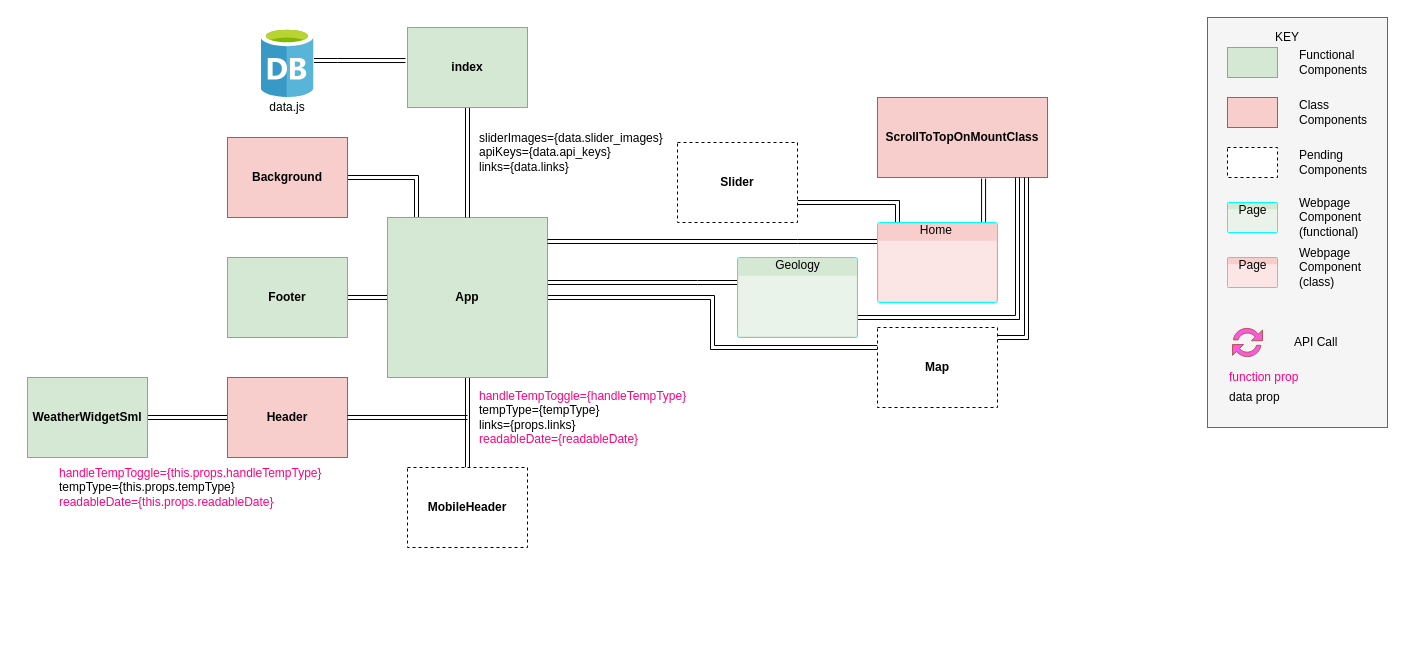
Above: project-planning/Untitled Diagram.drawio in joeyhutchinson/react-project-v2 (draw.io), before the change. Source tidied: cells renumbered, new cells numbered last; positions are measured from the earlier drawing's top-left corner, leaving out a move shared by most shapes. Both pictures are drawn from the tidied source at 100%, with x=0, y=0 at pixel (27, 17).
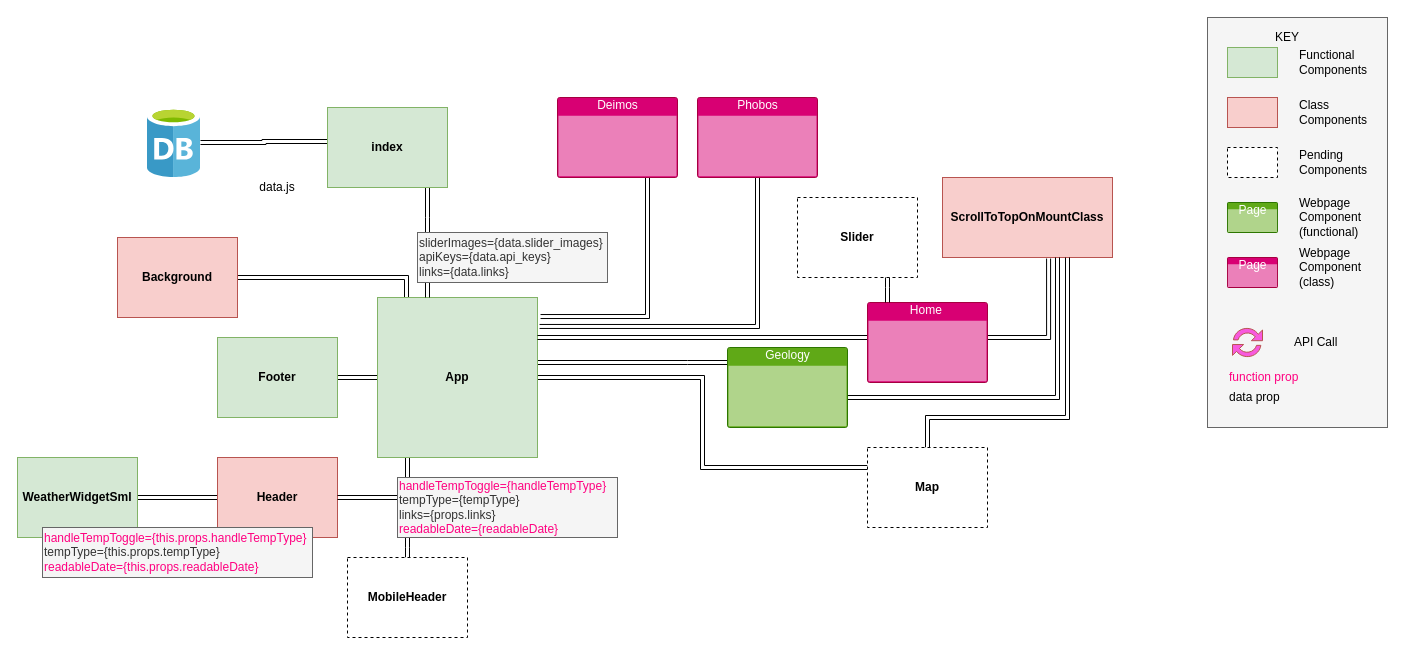
After the change.

What changed in the source:
```diff
@@
     <mxCell id="2" style="edgeStyle=orthogonalEdgeStyle;rounded=0;jettySize=auto;html=1;entryX=0.5;entryY=0;entryDx=0;entryDy=0;shape=link;" parent="1" edge="1" source="7" target="21">
-      <mxGeometry relative="1" as="geometry" />
+      <mxGeometry relative="1" as="geometry">
+        <Array as="points">
+          <mxPoint x="380" y="530" />
+        </Array>
+      </mxGeometry>
     </mxCell>
-    <mxCell id="3" style="edgeStyle=orthogonalEdgeStyle;rounded=0;jettySize=auto;html=1;entryX=1;entryY=0.5;entryDx=0;entryDy=0;shape=link;" parent="1" edge="1" source="7" target="8">
+    <mxCell id="3" style="edgeStyle=orthogonalEdgeStyle;rounded=0;jettySize=auto;html=1;entryX=1;entryY=0.5;entryDx=0;entryDy=0;shape=link;width=4;" parent="1" edge="1" source="7" target="8">
       <mxGeometry relative="1" as="geometry">
         <Array as="points">
-          <mxPoint x="389" y="160" />
+          <mxPoint x="379" y="260" />
         </Array>
       </mxGeometry>
     </mxCell>
@@
     <mxCell id="5" style="edgeStyle=orthogonalEdgeStyle;rounded=0;jettySize=auto;html=1;strokeColor=#000000;fontColor=#3333FF;shape=link;" parent="1" edge="1" target="30">
       <mxGeometry relative="1" as="geometry">
-        <mxPoint x="520" y="265" as="sourcePoint" />
+        <mxPoint x="510" y="345" as="sourcePoint" />
         <Array as="points">
-          <mxPoint x="670" y="265" />
-          <mxPoint x="670" y="265" />
+          <mxPoint x="660" y="345" />
+          <mxPoint x="660" y="345" />
         </Array>
       </mxGeometry>
     </mxCell>
@@
     <mxCell id="7" value="&lt;span&gt;App&lt;/span&gt;" style="whiteSpace=wrap;html=1;strokeColor=#82b366;fillColor=#d5e8d4;align=center;fontStyle=1;" parent="1" vertex="1">
-      <mxGeometry x="360" y="200" width="160" height="160" as="geometry" />
+      <mxGeometry x="350" y="280" width="160" height="160" as="geometry" />
     </mxCell>
     <mxCell id="8" value="Background" style="rounded=0;whiteSpace=wrap;html=1;strokeColor=#b85450;fillColor=#f8cecc;align=center;fontStyle=1;" parent="1" vertex="1">
-      <mxGeometry x="200" y="120" width="120" height="80" as="geometry" />
+      <mxGeometry x="90" y="220" width="120" height="80" as="geometry" />
     </mxCell>
     <mxCell id="9" value="Footer" style="rounded=0;whiteSpace=wrap;html=1;strokeColor=#82b366;fillColor=#d5e8d4;align=center;fontStyle=1;" parent="1" vertex="1">
-      <mxGeometry x="200" y="240" width="120" height="80" as="geometry" />
+      <mxGeometry x="190" y="320" width="120" height="80" as="geometry" />
     </mxCell>
@@
     <mxCell id="11" value="Header" style="rounded=0;whiteSpace=wrap;html=1;strokeColor=#b85450;fillColor=#f8cecc;align=center;fontStyle=1;" parent="1" vertex="1">
-      <mxGeometry x="200" y="360" width="120" height="80" as="geometry" />
+      <mxGeometry x="190" y="440" width="120" height="80" as="geometry" />
     </mxCell>
     <mxCell id="12" value="WeatherWidgetSml" style="rounded=0;whiteSpace=wrap;html=1;strokeColor=#82b366;fillColor=#d5e8d4;align=center;fontStyle=1;" parent="1" vertex="1">
-      <mxGeometry y="360" width="120" height="80" as="geometry" />
+      <mxGeometry x="-10" y="440" width="120" height="80" as="geometry" />
     </mxCell>
-    <mxCell id="13" style="edgeStyle=orthogonalEdgeStyle;rounded=0;jettySize=auto;html=1;entryX=-0.017;entryY=0.413;entryDx=0;entryDy=0;entryPerimeter=0;shape=link;" parent="1" edge="1" source="14" target="16">
-      <mxGeometry relative="1" as="geometry">
-        <Array as="points">
-          <mxPoint x="310" y="43" />
-          <mxPoint x="310" y="43" />
-        </Array>
-      </mxGeometry>
+    <mxCell id="13" style="edgeStyle=orthogonalEdgeStyle;shape=link;rounded=0;jettySize=auto;html=1;strokeColor=#000000;fontColor=#3333FF;entryX=0.083;entryY=0.425;entryDx=0;entryDy=0;entryPerimeter=0;" parent="1" edge="1" source="14" target="16">
+      <mxGeometry relative="1" as="geometry" />
     </mxCell>
     <mxCell id="14" style="html=1;points=[];align=center;image;fontSize=12;image=img/lib/mscae/Database_General.svg;strokeColor=#D642B8;fillColor=#F859DE;" parent="1" vertex="1">
-      <mxGeometry x="233.5" y="10" width="53" height="70" as="geometry" />
+      <mxGeometry x="120" y="90" width="53" height="70" as="geometry" />
     </mxCell>
-    <mxCell id="15" style="edgeStyle=orthogonalEdgeStyle;rounded=0;jettySize=auto;html=1;entryX=0.5;entryY=0;entryDx=0;entryDy=0;shape=link;" parent="1" edge="1" source="16" target="7">
-      <mxGeometry relative="1" as="geometry" />
+    <mxCell id="15" style="edgeStyle=orthogonalEdgeStyle;rounded=0;orthogonalLoop=1;jettySize=auto;html=1;shape=link;entryX=0.25;entryY=0;entryDx=0;entryDy=0;" parent="1" edge="1">
+      <mxGeometry relative="1" as="geometry">
+        <mxPoint x="400" y="170" as="sourcePoint" />
+        <mxPoint x="400" y="280" as="targetPoint" />
+        <Array as="points">
+          <mxPoint x="400" y="200" />
+          <mxPoint x="400" y="200" />
+        </Array>
+      </mxGeometry>
     </mxCell>
     <mxCell id="16" value="index" style="rounded=0;whiteSpace=wrap;html=1;strokeColor=#82b366;fillColor=#d5e8d4;align=center;fontStyle=1;" parent="1" vertex="1">
-      <mxGeometry x="380" y="10" width="120" height="80" as="geometry" />
+      <mxGeometry x="300" y="90" width="120" height="80" as="geometry" />
     </mxCell>
     <mxCell id="17" value="data.js" style="text;html=1;strokeColor=none;fillColor=none;align=center;verticalAlign=middle;whiteSpace=wrap;rounded=0;" parent="1" vertex="1">
-      <mxGeometry x="230" y="80" width="60" height="20" as="geometry" />
+      <mxGeometry x="220" y="160" width="60" height="20" as="geometry" />
     </mxCell>
-    <mxCell id="18" value="sliderImages={data.slider_images}&lt;br&gt;apiKeys={data.api_keys}&lt;br&gt;links={data.links}" style="text;html=1;strokeColor=none;fillColor=none;align=left;verticalAlign=middle;whiteSpace=wrap;rounded=0;" parent="1" vertex="1">
-      <mxGeometry x="450" y="95" width="190" height="80" as="geometry" />
+    <mxCell id="18" value="sliderImages={data.slider_images}&lt;br&gt;apiKeys={data.api_keys}&lt;br&gt;links={data.links}" style="text;html=1;strokeColor=#666666;fillColor=#f5f5f5;align=left;verticalAlign=middle;whiteSpace=wrap;rounded=0;fontColor=#333333;" parent="1" vertex="1">
+      <mxGeometry x="390" y="215" width="190" height="50" as="geometry" />
     </mxCell>
-    <mxCell id="19" value="&lt;font color=&quot;#ff0080&quot;&gt;handleTempToggle={handleTempType}&lt;/font&gt;&lt;br&gt;tempType={tempType}&lt;br&gt;links={props.links}&lt;br&gt;&lt;font color=&quot;#ff0080&quot;&gt;readableDate={readableDate}&lt;/font&gt;" style="text;html=1;strokeColor=none;fillColor=none;align=left;verticalAlign=middle;whiteSpace=wrap;rounded=0;" parent="1" vertex="1">
-      <mxGeometry x="450" y="360" width="250" height="80" as="geometry" />
-    </mxCell>
-    <mxCell id="20" value="&lt;font color=&quot;#ff0080&quot;&gt;handleTempToggle={this.props.handleTempType}&lt;/font&gt;&lt;br&gt;tempType={this.props.tempType}&lt;br&gt;&lt;font color=&quot;#ff0080&quot;&gt;readableDate={this.props.readableDate}&lt;/font&gt;" style="text;html=1;strokeColor=none;fillColor=none;align=left;verticalAlign=middle;whiteSpace=wrap;rounded=0;" parent="1" vertex="1">
-      <mxGeometry x="30" y="430" width="270" height="80" as="geometry" />
+    <mxCell id="20" value="&lt;font color=&quot;#ff0080&quot;&gt;handleTempToggle={this.props.handleTempType}&lt;/font&gt;&lt;br&gt;tempType={this.props.tempType}&lt;br&gt;&lt;font color=&quot;#ff0080&quot;&gt;readableDate={this.props.readableDate}&lt;/font&gt;" style="text;html=1;strokeColor=#666666;fillColor=#f5f5f5;align=left;verticalAlign=middle;whiteSpace=wrap;rounded=0;fontColor=#333333;" parent="1" vertex="1">
+      <mxGeometry x="15" y="510" width="270" height="50" as="geometry" />
     </mxCell>
     <mxCell id="21" value="&lt;b&gt;MobileHeader&lt;/b&gt;" style="rounded=0;whiteSpace=wrap;html=1;dashed=1;" parent="1" vertex="1">
-      <mxGeometry x="380" y="450" width="120" height="80" as="geometry" />
+      <mxGeometry x="320" y="540" width="120" height="80" as="geometry" />
     </mxCell>
     <mxCell id="22" style="endArrow=classic;html=1;strokeColor=#000000;fontColor=#3333FF;entryX=1;entryY=0.5;entryDx=0;entryDy=0;shape=link;" parent="1" edge="1" target="11">
       <mxGeometry relative="1" as="geometry">
-        <mxPoint x="440" y="400" as="sourcePoint" />
+        <mxPoint x="380" y="480" as="sourcePoint" />
       </mxGeometry>
     </mxCell>
     <mxCell id="23" value="ScrollToTopOnMountClass" style="rounded=0;whiteSpace=wrap;html=1;strokeColor=#b85450;fillColor=#f8cecc;align=center;fontStyle=1;" parent="1" vertex="1">
-      <mxGeometry x="850" y="80" width="170" height="80" as="geometry" />
+      <mxGeometry x="915" y="160" width="170" height="80" as="geometry" />
     </mxCell>
     <mxCell id="24" style="edgeStyle=orthogonalEdgeStyle;rounded=0;jettySize=auto;html=1;strokeColor=#000000;fontColor=#3333FF;entryX=0.624;entryY=1.013;entryDx=0;entryDy=0;entryPerimeter=0;shape=link;" parent="1" edge="1" source="27" target="23">
       <mxGeometry relative="1" as="geometry">
         <Array as="points">
-          <mxPoint x="906" y="220" />
-          <mxPoint x="906" y="220" />
+          <mxPoint x="1021" y="320" />
         </Array>
       </mxGeometry>
     </mxCell>
-    <mxCell id="25" style="edgeStyle=orthogonalEdgeStyle;rounded=0;jettySize=auto;html=1;strokeColor=#000000;fontColor=#3333FF;entryX=1;entryY=0.75;entryDx=0;entryDy=0;shape=link;" parent="1" edge="1" source="27" target="28">
-      <mxGeometry relative="1" as="geometry">
-        <Array as="points">
-          <mxPoint x="870" y="185" />
-        </Array>
-      </mxGeometry>
-    </mxCell>
-    <mxCell id="26" style="edgeStyle=orthogonalEdgeStyle;shape=link;rounded=0;jettySize=auto;html=1;strokeColor=#000000;fontColor=#3333FF;entryX=1;entryY=0.15;entryDx=0;entryDy=0;entryPerimeter=0;" parent="1" edge="1" source="27" target="7">
+    <mxCell id="26" style="edgeStyle=orthogonalEdgeStyle;shape=link;rounded=0;jettySize=auto;html=1;strokeColor=#000000;fontColor=#3333FF;" parent="1" edge="1" source="27">
       <mxGeometry relative="1" as="geometry">
+        <mxPoint x="510" y="320" as="targetPoint" />
         <Array as="points">
-          <mxPoint x="770" y="224" />
-          <mxPoint x="770" y="224" />
+          <mxPoint x="510" y="320" />
         </Array>
       </mxGeometry>
     </mxCell>
-    <mxCell id="27" value="Home&amp;nbsp;" style="html=1;strokeColor=#00FFFF;fillColor=#f8cecc;labelPosition=center;verticalLabelPosition=middle;verticalAlign=top;align=center;fontSize=12;outlineConnect=0;spacingTop=-6;shape=mxgraph.sitemap.page;" parent="1" vertex="1">
-      <mxGeometry x="850" y="205" width="120" height="80" as="geometry" />
+    <mxCell id="27" value="Home&amp;nbsp;" style="html=1;strokeColor=#A50040;fillColor=#d80073;labelPosition=center;verticalLabelPosition=middle;verticalAlign=top;align=center;fontSize=12;outlineConnect=0;spacingTop=-6;shape=mxgraph.sitemap.page;fontColor=#ffffff;" parent="1" vertex="1">
+      <mxGeometry x="840" y="285" width="120" height="80" as="geometry" />
     </mxCell>
-    <mxCell id="28" value="&lt;b&gt;Slider&lt;/b&gt;" style="rounded=0;whiteSpace=wrap;html=1;dashed=1;" parent="1" vertex="1">
-      <mxGeometry x="650" y="125" width="120" height="80" as="geometry" />
-    </mxCell>
     <mxCell id="29" style="edgeStyle=orthogonalEdgeStyle;rounded=0;jettySize=auto;html=1;strokeColor=#000000;fontColor=#3333FF;shape=link;" parent="1" edge="1" source="30" target="23">
       <mxGeometry relative="1" as="geometry">
         <Array as="points">
-          <mxPoint x="990" y="300" />
-          <mxPoint x="990" y="150" />
+          <mxPoint x="1030" y="380" />
         </Array>
       </mxGeometry>
     </mxCell>
-    <mxCell id="30" value="Geology" style="html=1;strokeColor=#00FFFF;fillColor=#d5e8d4;labelPosition=center;verticalLabelPosition=middle;verticalAlign=top;align=center;fontSize=12;outlineConnect=0;spacingTop=-6;shape=mxgraph.sitemap.page;" parent="1" vertex="1">
-      <mxGeometry x="710" y="240" width="120" height="80" as="geometry" />
+    <mxCell id="30" value="Geology" style="html=1;strokeColor=#2D7600;fillColor=#60a917;labelPosition=center;verticalLabelPosition=middle;verticalAlign=top;align=center;fontSize=12;outlineConnect=0;spacingTop=-6;shape=mxgraph.sitemap.page;fontColor=#ffffff;" parent="1" vertex="1">
+      <mxGeometry x="700" y="330" width="120" height="80" as="geometry" />
     </mxCell>
     <mxCell id="31" style="edgeStyle=orthogonalEdgeStyle;shape=link;rounded=0;jettySize=auto;html=1;strokeColor=#000000;fontColor=#3333FF;" parent="1" edge="1" source="32" target="23">
       <mxGeometry relative="1" as="geometry">
         <Array as="points">
-          <mxPoint x="999" y="320" />
+          <mxPoint x="900" y="400" />
+          <mxPoint x="1040" y="400" />
         </Array>
       </mxGeometry>
     </mxCell>
     <mxCell id="32" value="&lt;b&gt;Map&lt;/b&gt;" style="rounded=0;whiteSpace=wrap;html=1;dashed=1;" parent="1" vertex="1">
-      <mxGeometry x="850" y="310" width="120" height="80" as="geometry" />
+      <mxGeometry x="840" y="430" width="120" height="80" as="geometry" />
     </mxCell>
-    <mxCell id="33" style="group;" parent="1" vertex="1">
+    <mxCell id="33" style="group;fillColor=#60a917;strokeColor=#2D7600;fontColor=#ffffff;" parent="1" vertex="1">
       <mxGeometry x="1180" width="180" height="410" as="geometry" />
     </mxCell>
@@
-    <mxCell id="38" value="Page" style="html=1;labelPosition=center;verticalLabelPosition=middle;verticalAlign=top;align=center;fontSize=12;spacingTop=-6;shape=mxgraph.sitemap.page;fillColor=#d5e8d4;strokeColor=#00FFFF;" parent="33" vertex="1">
+    <mxCell id="38" value="Page" style="html=1;labelPosition=center;verticalLabelPosition=middle;verticalAlign=top;align=center;fontSize=12;spacingTop=-6;shape=mxgraph.sitemap.page;fillColor=#60a917;strokeColor=#2D7600;fontColor=#ffffff;" parent="33" vertex="1">
       <mxGeometry x="20" y="185" width="50" height="30" as="geometry" />
     </mxCell>
@@
-    <mxCell id="48" value="Page" style="html=1;labelPosition=center;verticalLabelPosition=middle;verticalAlign=top;align=center;fontSize=12;spacingTop=-6;shape=mxgraph.sitemap.page;fillColor=#f8cecc;strokeColor=#00FFFF;" parent="33" vertex="1">
+    <mxCell id="48" value="Page" style="html=1;labelPosition=center;verticalLabelPosition=middle;verticalAlign=top;align=center;fontSize=12;spacingTop=-6;shape=mxgraph.sitemap.page;fillColor=#d80073;strokeColor=#A50040;fontColor=#ffffff;" parent="33" vertex="1">
       <mxGeometry x="20" y="240" width="50" height="30" as="geometry" />
     </mxCell>
@@
+    <mxCell id="50" style="edgeStyle=orthogonalEdgeStyle;shape=link;rounded=0;jettySize=auto;html=1;strokeColor=#000000;fontColor=#3333FF;entryX=1.013;entryY=0.181;entryDx=0;entryDy=0;entryPerimeter=0;" parent="1" edge="1" source="51" target="7">
+      <mxGeometry relative="1" as="geometry">
+        <Array as="points">
+          <mxPoint x="730" y="309" />
+        </Array>
+      </mxGeometry>
+    </mxCell>
+    <mxCell id="51" value="Phobos" style="html=1;strokeColor=#A50040;fillColor=#d80073;labelPosition=center;verticalLabelPosition=middle;verticalAlign=top;align=center;fontSize=12;outlineConnect=0;spacingTop=-6;shape=mxgraph.sitemap.page;fontColor=#ffffff;" parent="1" vertex="1">
+      <mxGeometry x="670" y="80" width="120" height="80" as="geometry" />
+    </mxCell>
+    <mxCell id="52" style="edgeStyle=orthogonalEdgeStyle;shape=link;rounded=0;jettySize=auto;html=1;strokeColor=#000000;fontColor=#3333FF;entryX=1.019;entryY=0.119;entryDx=0;entryDy=0;entryPerimeter=0;" parent="1" edge="1" source="53" target="7">
+      <mxGeometry relative="1" as="geometry">
+        <Array as="points">
+          <mxPoint x="620" y="299" />
+        </Array>
+      </mxGeometry>
+    </mxCell>
+    <mxCell id="53" value="Deimos" style="html=1;strokeColor=#A50040;fillColor=#d80073;labelPosition=center;verticalLabelPosition=middle;verticalAlign=top;align=center;fontSize=12;outlineConnect=0;spacingTop=-6;shape=mxgraph.sitemap.page;fontColor=#ffffff;" parent="1" vertex="1">
+      <mxGeometry x="530" y="80" width="120" height="80" as="geometry" />
+    </mxCell>
+    <mxCell id="28" value="&lt;b&gt;Slider&lt;/b&gt;" style="rounded=0;whiteSpace=wrap;html=1;dashed=1;" parent="1" vertex="1">
+      <mxGeometry x="770" y="180" width="120" height="80" as="geometry" />
+    </mxCell>
+    <mxCell id="25" style="edgeStyle=orthogonalEdgeStyle;rounded=0;jettySize=auto;html=1;strokeColor=#000000;fontColor=#3333FF;shape=link;" parent="1" edge="1" source="27" target="28">
+      <mxGeometry relative="1" as="geometry">
+        <Array as="points">
+          <mxPoint x="860" y="270" />
+          <mxPoint x="860" y="270" />
+        </Array>
+      </mxGeometry>
+    </mxCell>
+    <mxCell id="19" value="&lt;font color=&quot;#ff0080&quot;&gt;handleTempToggle={handleTempType}&lt;/font&gt;&lt;br&gt;tempType={tempType}&lt;br&gt;links={props.links}&lt;br&gt;&lt;font color=&quot;#ff0080&quot;&gt;readableDate={readableDate}&lt;/font&gt;" style="text;html=1;strokeColor=#666666;fillColor=#f5f5f5;align=left;verticalAlign=middle;whiteSpace=wrap;rounded=0;fontColor=#333333;" parent="1" vertex="1">
+      <mxGeometry x="370" y="460" width="220" height="60" as="geometry" />
+    </mxCell>
```
